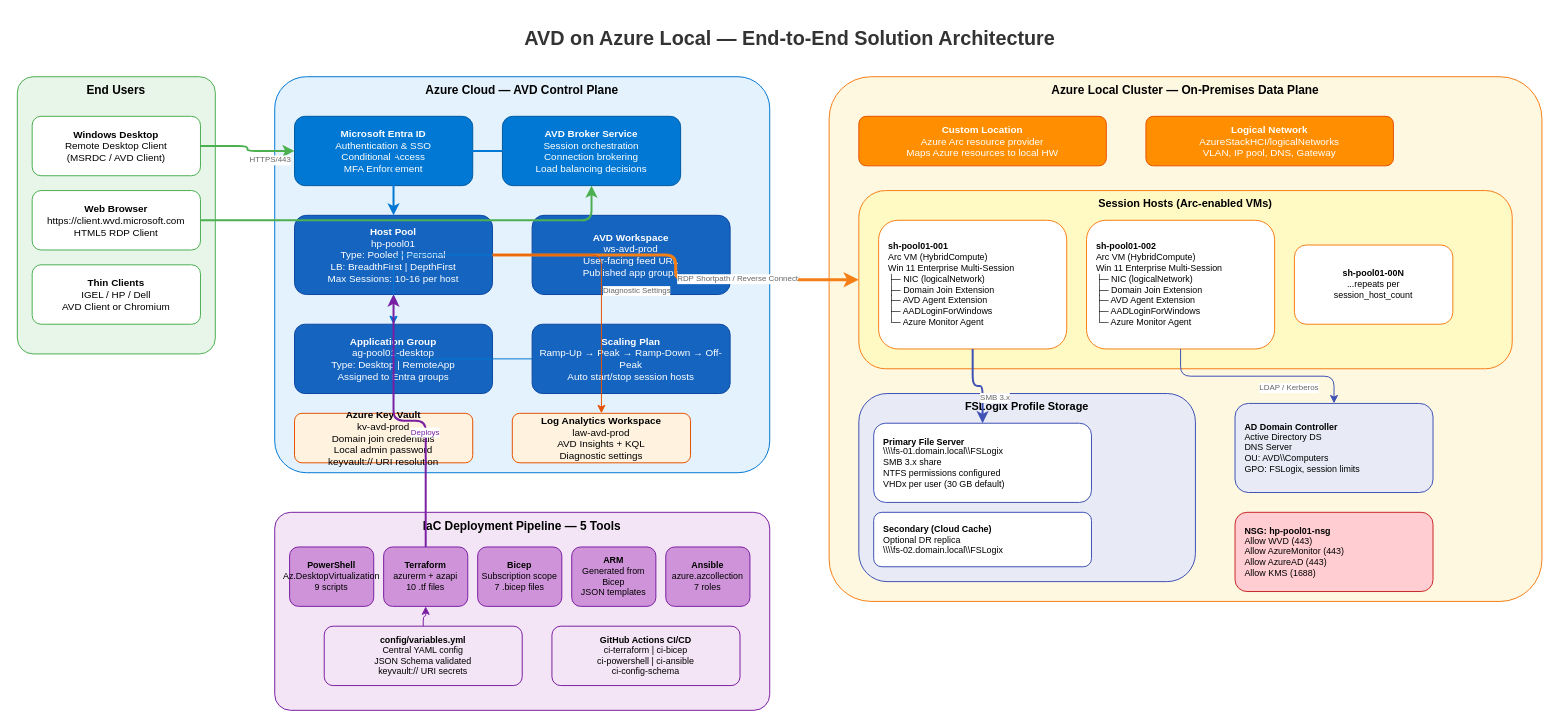
Before: docs/assets/diagrams/avd-solution-architecture.drawio in AzureLocal/aurelocal-avd, a draw.io diagram. Source tidied: cells renumbered, new cells numbered last; positions are measured from the earlier drawing's top-left corner, leaving out a move shared by most shapes. Both pictures are drawn from the tidied source at 99%, with x=0, y=0 at pixel (17, 17).
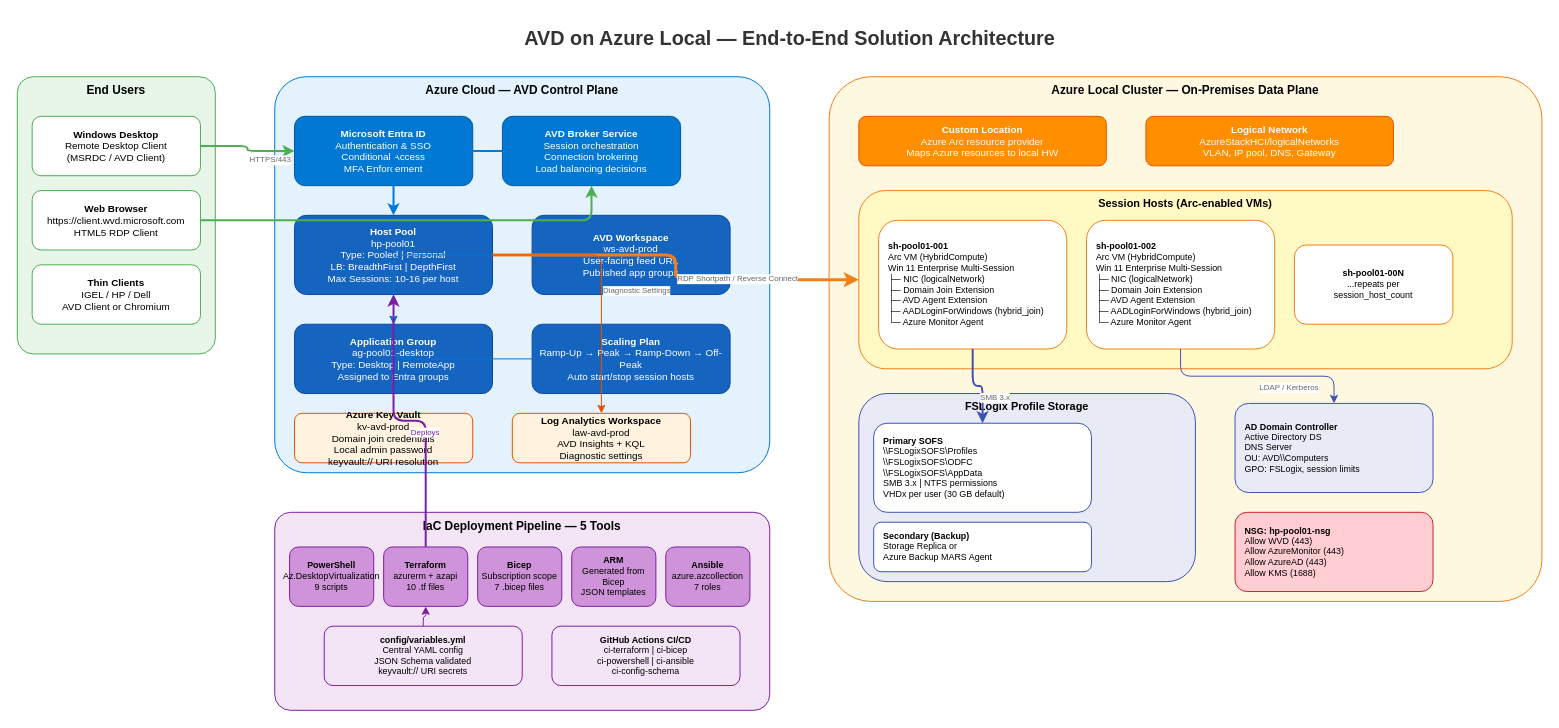
After the change.

What changed in the source:
```diff
@@
-    <mxCell id="20" value="&lt;b&gt;sh-pool01-001&lt;/b&gt;&lt;br&gt;Arc VM (HybridCompute)&lt;br&gt;Win 11 Enterprise Multi-Session&lt;br&gt;├─ NIC (logicalNetwork)&lt;br&gt;├─ Domain Join Extension&lt;br&gt;├─ AVD Agent Extension&lt;br&gt;├─ AADLoginForWindows&lt;br&gt;└─ Azure Monitor Agent" style="rounded=1;whiteSpace=wrap;html=1;fillColor=#FFFFFF;strokeColor=#F57F17;fontSize=9;align=left;spacingLeft=8;" parent="1" vertex="1">
+    <mxCell id="20" value="&lt;b&gt;sh-pool01-001&lt;/b&gt;&lt;br&gt;Arc VM (HybridCompute)&lt;br&gt;Win 11 Enterprise Multi-Session&lt;br&gt;├─ NIC (logicalNetwork)&lt;br&gt;├─ Domain Join Extension&lt;br&gt;├─ AVD Agent Extension&lt;br&gt;├─ AADLoginForWindows (hybrid_join)&lt;br&gt;└─ Azure Monitor Agent" style="rounded=1;whiteSpace=wrap;html=1;fillColor=#FFFFFF;strokeColor=#F57F17;fontSize=9;align=left;spacingLeft=8;" parent="1" vertex="1">
       <mxGeometry x="870" y="205" width="190" height="130" as="geometry" />
     </mxCell>
-    <mxCell id="21" value="&lt;b&gt;sh-pool01-002&lt;/b&gt;&lt;br&gt;Arc VM (HybridCompute)&lt;br&gt;Win 11 Enterprise Multi-Session&lt;br&gt;├─ NIC (logicalNetwork)&lt;br&gt;├─ Domain Join Extension&lt;br&gt;├─ AVD Agent Extension&lt;br&gt;├─ AADLoginForWindows&lt;br&gt;└─ Azure Monitor Agent" style="rounded=1;whiteSpace=wrap;html=1;fillColor=#FFFFFF;strokeColor=#F57F17;fontSize=9;align=left;spacingLeft=8;" parent="1" vertex="1">
+    <mxCell id="21" value="&lt;b&gt;sh-pool01-002&lt;/b&gt;&lt;br&gt;Arc VM (HybridCompute)&lt;br&gt;Win 11 Enterprise Multi-Session&lt;br&gt;├─ NIC (logicalNetwork)&lt;br&gt;├─ Domain Join Extension&lt;br&gt;├─ AVD Agent Extension&lt;br&gt;├─ AADLoginForWindows (hybrid_join)&lt;br&gt;└─ Azure Monitor Agent" style="rounded=1;whiteSpace=wrap;html=1;fillColor=#FFFFFF;strokeColor=#F57F17;fontSize=9;align=left;spacingLeft=8;" parent="1" vertex="1">
       <mxGeometry x="1080" y="205" width="190" height="130" as="geometry" />
     </mxCell>
@@
-    <mxCell id="24" value="&lt;b&gt;Primary File Server&lt;/b&gt;&lt;br&gt;\\\\fs-01.domain.local\\FSLogix&lt;br&gt;SMB 3.x share&lt;br&gt;NTFS permissions configured&lt;br&gt;VHDx per user (30 GB default)" style="rounded=1;whiteSpace=wrap;html=1;fillColor=#FFFFFF;strokeColor=#3F51B5;fontSize=9;align=left;spacingLeft=8;" parent="1" vertex="1">
-      <mxGeometry x="865" y="410" width="220" height="80" as="geometry" />
+    <mxCell id="24" value="&lt;b&gt;Primary SOFS&lt;/b&gt;&lt;br&gt;\\FSLogixSOFS\Profiles&lt;br&gt;\\FSLogixSOFS\ODFC&lt;br&gt;\\FSLogixSOFS\AppData&lt;br&gt;SMB 3.x | NTFS permissions&lt;br&gt;VHDx per user (30 GB default)" style="rounded=1;whiteSpace=wrap;html=1;fillColor=#FFFFFF;strokeColor=#3F51B5;fontSize=9;align=left;spacingLeft=8;" parent="1" vertex="1">
+      <mxGeometry x="865" y="410" width="220" height="90" as="geometry" />
     </mxCell>
-    <mxCell id="25" value="&lt;b&gt;Secondary (Cloud Cache)&lt;/b&gt;&lt;br&gt;Optional DR replica&lt;br&gt;\\\\fs-02.domain.local\\FSLogix" style="rounded=1;whiteSpace=wrap;html=1;fillColor=#FFFFFF;strokeColor=#3F51B5;fontSize=9;strokeDashPattern=8 8;align=left;spacingLeft=8;" parent="1" vertex="1">
-      <mxGeometry x="865" y="500" width="220" height="55" as="geometry" />
+    <mxCell id="25" value="&lt;b&gt;Secondary (Backup)&lt;/b&gt;&lt;br&gt;Storage Replica or&lt;br&gt;Azure Backup MARS Agent" style="rounded=1;whiteSpace=wrap;html=1;fillColor=#FFFFFF;strokeColor=#3F51B5;fontSize=9;strokeDashPattern=8 8;align=left;spacingLeft=8;" parent="1" vertex="1">
+      <mxGeometry x="865" y="510" width="220" height="50" as="geometry" />
     </mxCell>
```
